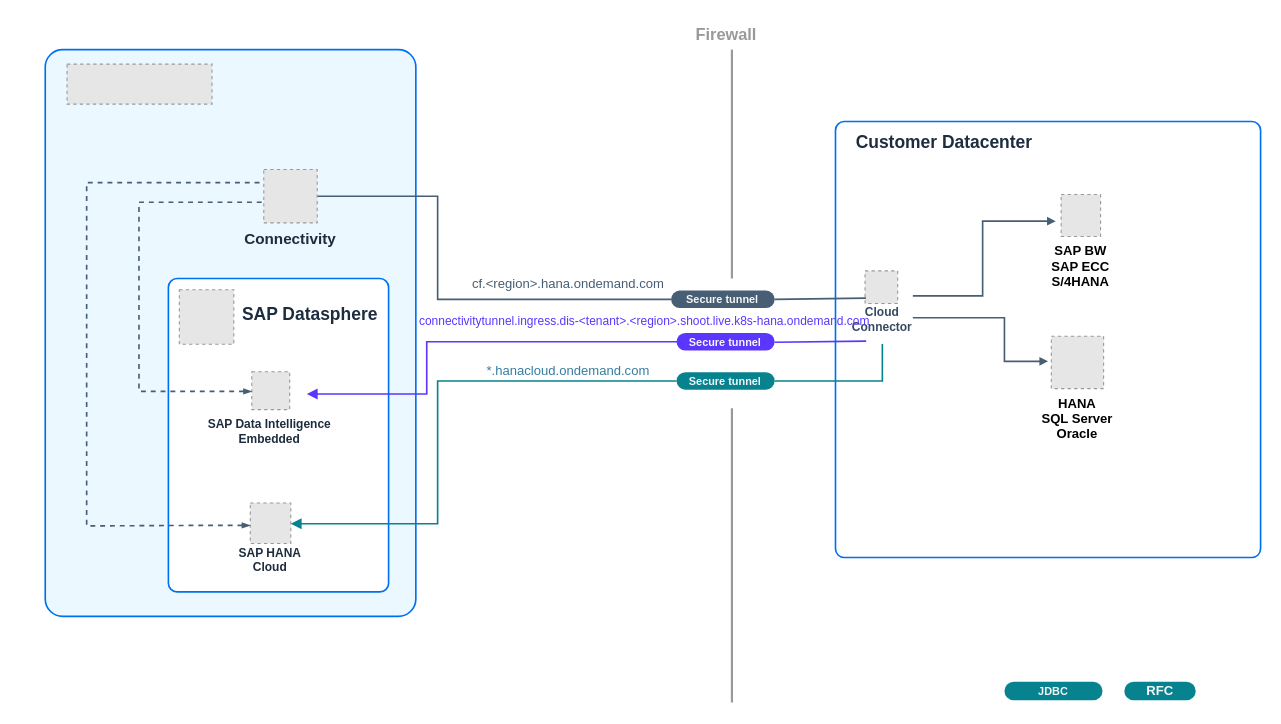
Earlier version of the draw.io diagram page "L3 CC" (6 of 9) of SAP_Datasphere_DP_Agent.drawio (ihenry/draw-io). Source tidied: cells renumbered, new cells numbered last; positions are measured from the earlier drawing's top-left corner, leaving out a move shared by most shapes. Both pictures are drawn from the tidied source at 109%, with x=0, y=0 at pixel (45, 17). Pictures stored in the file or linked from it are replaced by grey dashed boxes.
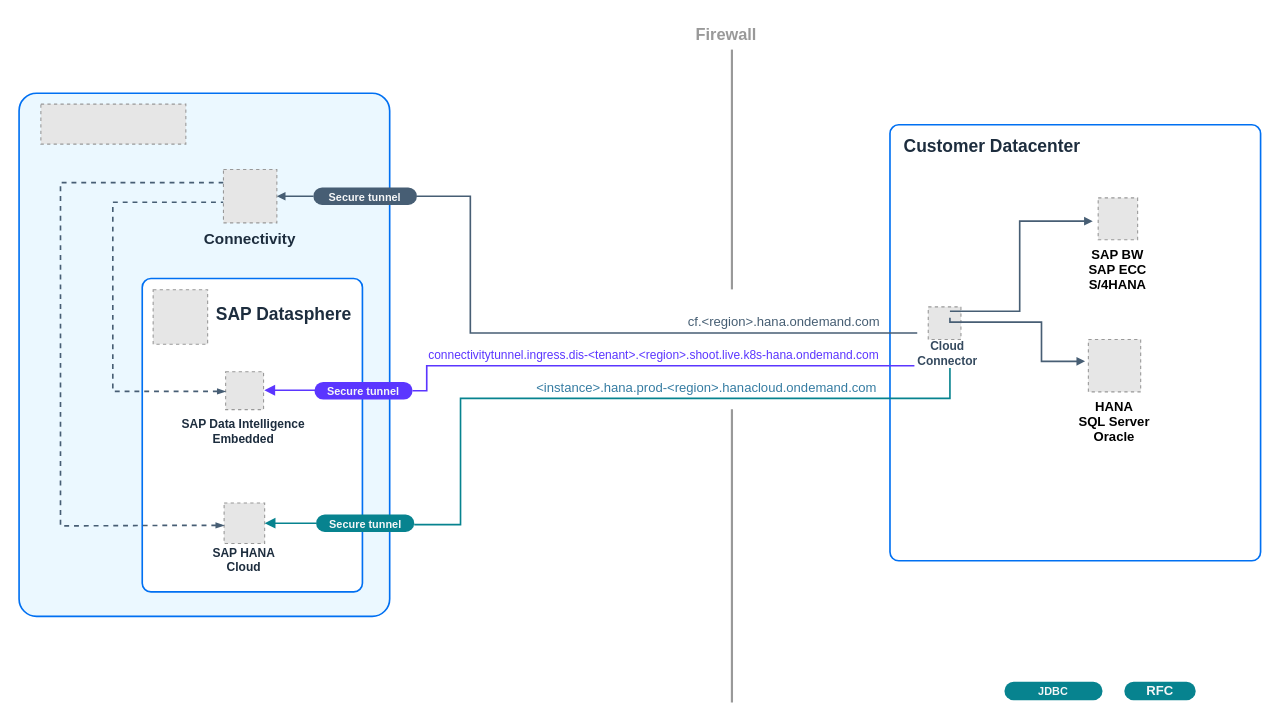
The same page after the edit.

The change refers to these unchanged cells:
```xml
<mxCell id="12" style="group;" parent="11" vertex="1">
  <mxGeometry width="223.9" height="170.4" as="geometry" />
</mxCell>
<mxCell id="16" style="fillColor=#E6E6E6;strokeColor=#999999;dashed=1;verticalLabelPosition=bottom;verticalAlign=top;" parent="15" vertex="1">
  <mxGeometry x="23.1" width="37.2" height="37.2" as="geometry" />
</mxCell>
<mxCell id="43" style="fillColor=#E6E6E6;strokeColor=#999999;dashed=1;verticalLabelPosition=bottom;verticalAlign=top;" parent="42" vertex="1">
  <mxGeometry x="30.5" width="49" height="49" as="geometry" />
</mxCell>
```

Diff of the diagram source:
```diff
@@
     <mxCell id="2" style="rounded=1;whiteSpace=wrap;html=1;strokeColor=#0070F2;fillColor=#EBF8FF;arcSize=32;absoluteArcSize=1;imageWidth=64;imageHeight=64;strokeWidth=1.5;" parent="1" vertex="1">
-      <mxGeometry y="29" width="340" height="520" as="geometry" />
+      <mxGeometry x="-24" y="69" width="340" height="480" as="geometry" />
     </mxCell>
     <mxCell id="3" style="fillColor=#E6E6E6;strokeColor=#999999;dashed=1;verticalLabelPosition=bottom;labelBackgroundColor=default;verticalAlign=top;" parent="1" vertex="1">
-      <mxGeometry x="20" y="42.3" width="133" height="36.7" as="geometry" />
+      <mxGeometry x="-4" y="79" width="133" height="36.7" as="geometry" />
     </mxCell>
@@
     <mxCell id="5" style="endArrow=none;html=1;rounded=0;strokeWidth=2;strokeColor=#999999;" parent="1" edge="1">
       <mxGeometry relative="1" as="geometry">
-        <mxPoint x="630" y="239" as="sourcePoint" />
+        <mxPoint x="630" y="249" as="sourcePoint" />
         <mxPoint x="630" y="29" as="targetPoint" />
       </mxGeometry>
     </mxCell>
     <mxCell id="6" style="endArrow=none;html=1;rounded=0;strokeWidth=2;strokeColor=#999999;" parent="1" edge="1">
       <mxGeometry relative="1" as="geometry">
         <mxPoint x="630" y="628" as="sourcePoint" />
-        <mxPoint x="630" y="358" as="targetPoint" />
+        <mxPoint x="630" y="359" as="targetPoint" />
       </mxGeometry>
     </mxCell>
@@
-    <mxCell id="8" style="rounded=0;jettySize=auto;html=1;endArrow=none;endFill=0;strokeColor=#475e74;endSize=4;startSize=4;strokeWidth=1.5;entryX=0;entryY=0.5;entryDx=0;entryDy=0;startArrow=none;startFill=0;edgeStyle=orthogonalEdgeStyle;" parent="1" edge="1" source="43" target="21">
-      <mxGeometry relative="1" as="geometry">
-        <Array as="points">
-          <mxPoint x="360" y="164" />
-          <mxPoint x="360" y="258" />
-        </Array>
-      </mxGeometry>
-    </mxCell>
     <mxCell id="9" style="group;" parent="1" vertex="1">
-      <mxGeometry x="25" y="239" width="260" height="347" as="geometry" />
+      <mxGeometry x="1" y="239" width="260" height="347" as="geometry" />
     </mxCell>
@@
+    <mxCell id="48" style="edgeStyle=orthogonalEdgeStyle;rounded=0;orthogonalLoop=1;jettySize=auto;html=1;endArrow=block;endFill=1;strokeColor=#5B36FF;strokeWidth=1.5;startArrow=none;startFill=0;" parent="12" edge="1">
+      <mxGeometry relative="1" as="geometry">
+        <mxPoint x="178" y="102.5" as="sourcePoint" />
+        <mxPoint x="130" y="102.5" as="targetPoint" />
+      </mxGeometry>
+    </mxCell>
@@
-    <mxCell id="20" value="&lt;b style=&quot;color: rgb(245, 246, 247); font-size: x-small;&quot;&gt;Secure tunnel&lt;/b&gt;" style="rounded=1;whiteSpace=wrap;html=1;arcSize=50;strokeColor=none;fillColor=#07838f;strokeWidth=1.5;" parent="1" vertex="1">
-      <mxGeometry x="579.2" y="325" width="90" height="16" as="geometry" />
-    </mxCell>
-    <mxCell id="21" value="&lt;font size=&quot;1&quot; color=&quot;#f5f6f7&quot;&gt;&lt;b&gt;Secure tunnel&lt;/b&gt;&lt;/font&gt;" style="rounded=1;whiteSpace=wrap;html=1;arcSize=50;strokeColor=none;fillColor=#475E74;" parent="1" vertex="1">
-      <mxGeometry x="574.2" y="250.1" width="95" height="16" as="geometry" />
-    </mxCell>
     <mxCell id="22" style="group;fontStyle=1;" parent="1" vertex="1">
-      <mxGeometry x="705" y="145" width="410" height="350" as="geometry" />
+      <mxGeometry x="705" y="148" width="410" height="350" as="geometry" />
     </mxCell>
     <mxCell id="23" style="rounded=1;whiteSpace=wrap;html=1;strokeColor=#0070F2;strokeWidth=1.5;arcSize=16;fillColor=#FFFFFF;perimeterSpacing=0;absoluteArcSize=1;" parent="22" vertex="1">
-      <mxGeometry x="20" y="-50" width="390" height="400" as="geometry" />
+      <mxGeometry x="70" y="-50" width="340" height="400" as="geometry" />
     </mxCell>
     <mxCell id="24" style="group;" parent="22" vertex="1">
-      <mxGeometry x="16.4" y="87" width="93.6" height="93" as="geometry" />
+      <mxGeometry x="74.4" y="117" width="93.6" height="93" as="geometry" />
     </mxCell>
+    <mxCell id="26" value="&lt;span style=&quot;font-family: Helvetica; font-style: normal; font-variant-ligatures: normal; font-variant-caps: normal; font-weight: 700; letter-spacing: normal; orphans: 2; text-indent: 0px; text-transform: none; widows: 2; word-spacing: 0px; -webkit-text-stroke-width: 0px; text-decoration-thickness: initial; text-decoration-style: initial; text-decoration-color: initial; float: none; display: inline !important;&quot;&gt;&lt;font style=&quot;font-size: 11px;&quot; color=&quot;#354a5f&quot;&gt;Cloud &lt;br&gt;Connector&lt;/font&gt;&lt;/span&gt;" style="text;whiteSpace=wrap;html=1;align=center;" parent="24" vertex="1">
+      <mxGeometry x="18" y="21.8" width="62" height="33.4" as="geometry" />
+    </mxCell>
@@
-    <mxCell id="26" value="&lt;span style=&quot;font-family: Helvetica; font-style: normal; font-variant-ligatures: normal; font-variant-caps: normal; font-weight: 700; letter-spacing: normal; orphans: 2; text-indent: 0px; text-transform: none; widows: 2; word-spacing: 0px; -webkit-text-stroke-width: 0px; text-decoration-thickness: initial; text-decoration-style: initial; text-decoration-color: initial; float: none; display: inline !important;&quot;&gt;&lt;font style=&quot;font-size: 11px;&quot; color=&quot;#354a5f&quot;&gt;Cloud &lt;br&gt;Connector&lt;/font&gt;&lt;/span&gt;" style="text;whiteSpace=wrap;html=1;align=center;" parent="24" vertex="1">
-      <mxGeometry y="23.8" width="93.6" height="33.4" as="geometry" />
-    </mxCell>
     <mxCell id="27" value="HANA&#10;SQL Server&#10;Oracle" style="fillColor=#E6E6E6;strokeColor=#999999;dashed=1;verticalLabelPosition=bottom;verticalAlign=top;fontStyle=1;" parent="22" vertex="1">
-      <mxGeometry x="218" y="147" width="48" height="48" as="geometry" />
+      <mxGeometry x="252" y="147" width="48" height="48" as="geometry" />
     </mxCell>
     <mxCell id="28" value="SAP BW&#10;SAP ECC&#10;S/4HANA" style="fillColor=#E6E6E6;strokeColor=#999999;dashed=1;verticalLabelPosition=bottom;labelBackgroundColor=default;verticalAlign=top;fontStyle=1;" parent="22" vertex="1">
-      <mxGeometry x="227" y="17" width="36.2" height="38.4" as="geometry" />
+      <mxGeometry x="261" y="17" width="36.2" height="38.4" as="geometry" />
     </mxCell>
     <mxCell id="29" value="&lt;font face=&quot;arial&quot;&gt;&lt;span style=&quot;font-size: 16px;&quot;&gt;&lt;b&gt;Customer Datacenter&lt;/b&gt;&lt;/span&gt;&lt;/font&gt;" style="text;html=1;align=left;verticalAlign=middle;strokeColor=none;fillColor=none;fontSize=12;fontColor=#1d2d3e;fontFamily=Helvetica;" parent="22" vertex="1">
-      <mxGeometry x="37" y="-46" width="190" height="30" as="geometry" />
+      <mxGeometry x="81" y="-46" width="190" height="30" as="geometry" />
     </mxCell>
+    <mxCell id="31" style="rounded=0;orthogonalLoop=1;jettySize=auto;html=1;endArrow=block;endFill=1;strokeColor=#475e74;endSize=4;startSize=4;strokeWidth=1.5;startArrow=none;startFill=0;edgeStyle=orthogonalEdgeStyle;" parent="1" edge="1">
+      <mxGeometry relative="1" as="geometry">
+        <mxPoint x="830" y="275" as="sourcePoint" />
+        <mxPoint x="954" y="315" as="targetPoint" />
+        <Array as="points">
+          <mxPoint x="830" y="279" />
+          <mxPoint x="914" y="279" />
+          <mxPoint x="914" y="315" />
+        </Array>
+      </mxGeometry>
+    </mxCell>
     <mxCell id="30" style="rounded=0;orthogonalLoop=1;jettySize=auto;html=1;endArrow=block;endFill=1;strokeColor=#475e74;endSize=4;startSize=4;strokeWidth=1.5;startArrow=none;startFill=0;edgeStyle=orthogonalEdgeStyle;entryX=0;entryY=1;entryDx=0;entryDy=0;" parent="1" edge="1">
       <mxGeometry relative="1" as="geometry">
-        <mxPoint x="796" y="255" as="sourcePoint" />
-        <mxPoint x="927" y="186.4" as="targetPoint" />
+        <mxPoint x="830" y="269" as="sourcePoint" />
+        <mxPoint x="961" y="186.4" as="targetPoint" />
         <Array as="points">
-          <mxPoint x="796" y="255" />
-          <mxPoint x="860" y="255" />
-          <mxPoint x="860" y="186" />
+          <mxPoint x="894" y="269" />
+          <mxPoint x="894" y="186" />
         </Array>
       </mxGeometry>
     </mxCell>
-    <mxCell id="31" style="rounded=0;orthogonalLoop=1;jettySize=auto;html=1;endArrow=block;endFill=1;strokeColor=#475e74;endSize=4;startSize=4;strokeWidth=1.5;startArrow=none;startFill=0;edgeStyle=orthogonalEdgeStyle;" parent="1" edge="1">
-      <mxGeometry relative="1" as="geometry">
-        <mxPoint x="796" y="275" as="sourcePoint" />
-        <mxPoint x="920" y="315" as="targetPoint" />
-        <Array as="points">
-          <mxPoint x="880" y="275" />
-          <mxPoint x="880" y="315" />
-        </Array>
-      </mxGeometry>
-    </mxCell>
-    <mxCell id="32" style="rounded=0;jettySize=auto;html=1;endArrow=none;endFill=0;strokeColor=#475e74;endSize=4;startSize=4;strokeWidth=1.5;startArrow=none;startFill=0;exitX=1;exitY=0.5;exitDx=0;exitDy=0;entryX=0.337;entryY=0.035;entryDx=0;entryDy=0;entryPerimeter=0;" parent="1" edge="1" source="21" target="26">
-      <mxGeometry relative="1" as="geometry" />
-    </mxCell>
@@
-    <mxCell id="35" style="edgeStyle=orthogonalEdgeStyle;rounded=0;jettySize=auto;html=1;endArrow=none;endFill=0;strokeColor=#07838f;strokeWidth=1.5;startArrow=none;startFill=0;startSize=6;" parent="1" edge="1" source="20">
-      <mxGeometry relative="1" as="geometry">
-        <mxPoint x="768" y="299" as="targetPoint" />
-        <Array as="points">
-          <mxPoint x="768" y="333" />
-        </Array>
-      </mxGeometry>
-    </mxCell>
-    <mxCell id="36" style="edgeStyle=orthogonalEdgeStyle;rounded=0;orthogonalLoop=1;jettySize=auto;html=1;endArrow=block;endFill=1;strokeColor=#5B36FF;strokeWidth=1.5;startArrow=none;startFill=0;" parent="1" edge="1">
-      <mxGeometry relative="1" as="geometry">
-        <mxPoint x="580" y="297" as="sourcePoint" />
-        <mxPoint x="240" y="345" as="targetPoint" />
-        <Array as="points">
-          <mxPoint x="350" y="297" />
-          <mxPoint x="350" y="345" />
-        </Array>
-      </mxGeometry>
-    </mxCell>
-    <mxCell id="37" value="&lt;b style=&quot;color: rgb(245, 246, 247); font-size: x-small;&quot;&gt;Secure tunnel&lt;/b&gt;" style="rounded=1;whiteSpace=wrap;html=1;arcSize=50;strokeColor=none;fillColor=#5B36FF;strokeWidth=1.5;" parent="1" vertex="1">
-      <mxGeometry x="579.2" y="289" width="90" height="16" as="geometry" />
-    </mxCell>
-    <mxCell id="38" style="rounded=0;orthogonalLoop=1;jettySize=auto;html=1;endArrow=none;endFill=0;strokeColor=#5b36ff;endSize=4;startSize=4;strokeWidth=1.5;startArrow=none;startFill=0;exitX=1;exitY=0.5;exitDx=0;exitDy=0;entryX=0.337;entryY=0.035;entryDx=0;entryDy=0;entryPerimeter=0;" parent="1" edge="1">
-      <mxGeometry relative="1" as="geometry">
-        <mxPoint x="669.2" y="297.5" as="sourcePoint" />
-        <mxPoint x="753.2" y="296.5" as="targetPoint" />
-      </mxGeometry>
-    </mxCell>
     <mxCell id="39" style="rounded=0;jettySize=auto;html=1;endArrow=none;endFill=0;strokeColor=#475e74;endSize=4;startSize=4;strokeWidth=1.5;startArrow=blockThin;startFill=1;edgeStyle=orthogonalEdgeStyle;dashed=1;exitX=0;exitY=0.75;exitDx=0;exitDy=0;exitPerimeter=0;" parent="1" edge="1" target="43">
       <mxGeometry relative="1" as="geometry">
-        <mxPoint x="189.5" y="342.6" as="sourcePoint" />
+        <mxPoint x="165.5" y="342.6" as="sourcePoint" />
         <Array as="points">
-          <mxPoint x="86" y="343" />
-          <mxPoint x="86" y="169" />
+          <mxPoint x="62" y="343" />
+          <mxPoint x="62" y="169" />
         </Array>
       </mxGeometry>
     </mxCell>
     <mxCell id="40" style="rounded=0;orthogonalLoop=1;jettySize=auto;html=1;endArrow=none;endFill=0;strokeColor=#475e74;endSize=4;startSize=4;strokeWidth=1.5;startArrow=blockThin;startFill=1;edgeStyle=orthogonalEdgeStyle;dashed=1;entryX=0.398;entryY=0.204;entryDx=0;entryDy=0;entryPerimeter=0;exitX=0;exitY=0.5;exitDx=0;exitDy=0;exitPerimeter=0;" parent="1" edge="1">
       <mxGeometry relative="1" as="geometry">
-        <mxPoint x="188.1" y="465.5" as="sourcePoint" />
-        <mxPoint x="220" y="151" as="targetPoint" />
+        <mxPoint x="164.1" y="465.5" as="sourcePoint" />
+        <mxPoint x="196" y="151" as="targetPoint" />
         <Array as="points">
-          <mxPoint x="142" y="466" />
-          <mxPoint x="38" y="466" />
-          <mxPoint x="38" y="151" />
+          <mxPoint x="118" y="466" />
+          <mxPoint x="14" y="466" />
+          <mxPoint x="14" y="151" />
         </Array>
       </mxGeometry>
     </mxCell>
-    <mxCell id="41" value="&lt;p&gt;&lt;br&gt;&lt;/p&gt;&lt;font style=&quot;font-size: 11px;&quot; color=&quot;#5b36ff&quot;&gt;&lt;span lang=&quot;EN-US&quot;&gt;&lt;span class=&quot;outlook-search-highlight&quot;&gt;&lt;span class=&quot;outlook-search-highlight&quot;&gt;connectivity&lt;/span&gt;&lt;/span&gt;tunnel.ingress.dis-&amp;lt;tenant&amp;gt;.&amp;lt;region&amp;gt;.shoot.live.k8s-hana.ondemand.com&lt;/span&gt;&lt;span lang=&quot;EN-US&quot;&gt;&lt;/span&gt;&lt;/font&gt;&lt;br&gt;&lt;font style=&quot;font-size: 11px;&quot;&gt;&lt;font style=&quot;font-size: 11px;&quot;&gt;&lt;br class=&quot;Apple-interchange-newline&quot;&gt;&lt;/font&gt;&lt;br&gt;&lt;/font&gt;" style="text;html=1;align=center;verticalAlign=middle;whiteSpace=wrap;rounded=0;" parent="1" vertex="1">
-      <mxGeometry x="335" y="258" width="430" height="30" as="geometry" />
+    <mxCell id="41" value="&lt;p&gt;&lt;font style=&quot;font-size: 11px;&quot; color=&quot;#5b36ff&quot;&gt;&lt;span lang=&quot;EN-US&quot;&gt;&lt;span class=&quot;outlook-search-highlight&quot;&gt;&lt;span class=&quot;outlook-search-highlight&quot;&gt;connectivity&lt;/span&gt;&lt;/span&gt;tunnel.ingress.dis-&amp;lt;tenant&amp;gt;.&amp;lt;region&amp;gt;.shoot.live.k8s-hana.ondemand.com&lt;/span&gt;&lt;span lang=&quot;EN-US&quot;&gt;&lt;/span&gt;&lt;/font&gt;&lt;br&gt;&lt;/p&gt;" style="text;html=1;align=center;verticalAlign=middle;whiteSpace=wrap;rounded=0;" parent="1" vertex="1">
+      <mxGeometry x="341.9" y="305.5" width="433" height="7" as="geometry" />
     </mxCell>
     <mxCell id="42" style="group;" parent="1" vertex="1">
-      <mxGeometry x="170" y="139" width="110" height="95" as="geometry" />
+      <mxGeometry x="133" y="139" width="110" height="95" as="geometry" />
     </mxCell>
@@
     <mxCell id="45" style="edgeStyle=orthogonalEdgeStyle;rounded=0;jettySize=auto;html=1;endArrow=block;endFill=1;strokeColor=#07838f;strokeWidth=1.5;startArrow=none;startFill=0;" parent="1" edge="1" source="20" target="16">
-      <mxGeometry relative="1" as="geometry">
-        <Array as="points">
-          <mxPoint x="360" y="333" />
-          <mxPoint x="360" y="464" />
-        </Array>
-      </mxGeometry>
+      <mxGeometry relative="1" as="geometry" />
     </mxCell>
-    <mxCell id="46" value="&lt;font color=&quot;#357ca2&quot;&gt;&lt;span class=&quot;ph&quot;&gt;*.hanacloud.ondemand.com&lt;/span&gt;&lt;/font&gt;&lt;font style=&quot;font-size: 11px;&quot;&gt;&lt;br&gt;&lt;/font&gt;" style="text;html=1;align=center;verticalAlign=middle;whiteSpace=wrap;rounded=0;" parent="1" vertex="1">
-      <mxGeometry x="360" y="314" width="240" height="20" as="geometry" />
+    <mxCell id="46" value="&lt;p&gt;&lt;font color=&quot;#357ca2&quot;&gt;&amp;lt;instance&amp;gt;&lt;span class=&quot;ph&quot;&gt;.hana.prod-&amp;lt;region&amp;gt;.hanacloud.ondemand.com&lt;/span&gt;&lt;/font&gt;&lt;br&gt;&lt;/p&gt;" style="text;html=1;align=center;verticalAlign=middle;whiteSpace=wrap;rounded=0;" parent="1" vertex="1">
+      <mxGeometry x="437" y="330" width="340" height="20" as="geometry" />
     </mxCell>
-    <mxCell id="47" value="&lt;font color=&quot;#465e73&quot;&gt;cf.&lt;span class=&quot;ph&quot;&gt;&amp;lt;region&amp;gt;.hana.ondemand.com&lt;/span&gt;&lt;font style=&quot;font-size: 11px;&quot;&gt;&lt;br&gt;&lt;/font&gt;&lt;/font&gt;" style="text;html=1;align=center;verticalAlign=middle;whiteSpace=wrap;rounded=0;" parent="1" vertex="1">
-      <mxGeometry x="360" y="234" width="240" height="20" as="geometry" />
+    <mxCell id="47" value="&lt;p&gt;&lt;font color=&quot;#465e73&quot;&gt;cf.&lt;span class=&quot;ph&quot;&gt;&amp;lt;region&amp;gt;.hana.ondemand.com&lt;/span&gt;&lt;/font&gt;&lt;br&gt;&lt;/p&gt;" style="text;html=1;align=center;verticalAlign=middle;whiteSpace=wrap;rounded=0;" parent="1" vertex="1">
+      <mxGeometry x="568.4" y="269" width="219.6" height="20" as="geometry" />
     </mxCell>
+    <mxCell id="49" style="rounded=0;jettySize=auto;html=1;endArrow=block;endFill=1;strokeColor=#475e74;endSize=4;startSize=4;strokeWidth=1.5;startArrow=none;startFill=0;edgeStyle=orthogonalEdgeStyle;exitX=0;exitY=0.5;exitDx=0;exitDy=0;" parent="1" edge="1" source="21" target="43">
+      <mxGeometry relative="1" as="geometry" />
+    </mxCell>
+    <mxCell id="21" value="&lt;font size=&quot;1&quot; color=&quot;#f5f6f7&quot;&gt;&lt;b&gt;Secure tunnel&lt;/b&gt;&lt;/font&gt;" style="rounded=1;whiteSpace=wrap;html=1;arcSize=50;strokeColor=none;fillColor=#475E74;" parent="1" vertex="1">
+      <mxGeometry x="246" y="155.5" width="95" height="16" as="geometry" />
+    </mxCell>
+    <mxCell id="8" style="rounded=0;jettySize=auto;html=1;endArrow=none;endFill=0;strokeColor=#475e74;endSize=4;startSize=4;strokeWidth=1.5;startArrow=none;startFill=0;edgeStyle=orthogonalEdgeStyle;" parent="1" edge="1" source="21">
+      <mxGeometry relative="1" as="geometry">
+        <mxPoint x="800" y="289" as="targetPoint" />
+        <Array as="points">
+          <mxPoint x="390" y="164" />
+          <mxPoint x="390" y="289" />
+        </Array>
+      </mxGeometry>
+    </mxCell>
+    <mxCell id="50" style="edgeStyle=orthogonalEdgeStyle;rounded=0;jettySize=auto;html=1;endArrow=none;endFill=0;strokeColor=#5B36FF;strokeWidth=1.5;startArrow=none;startFill=0;" parent="1" edge="1" source="26" target="37">
+      <mxGeometry relative="1" as="geometry">
+        <Array as="points">
+          <mxPoint x="350" y="319" />
+          <mxPoint x="350" y="342" />
+        </Array>
+      </mxGeometry>
+    </mxCell>
+    <mxCell id="37" value="&lt;b style=&quot;color: rgb(245, 246, 247); font-size: x-small;&quot;&gt;Secure tunnel&lt;/b&gt;" style="rounded=1;whiteSpace=wrap;html=1;arcSize=50;strokeColor=none;fillColor=#5B36FF;strokeWidth=1.5;" parent="1" vertex="1">
+      <mxGeometry x="247" y="334" width="90" height="16" as="geometry" />
+    </mxCell>
+    <mxCell id="51" style="edgeStyle=orthogonalEdgeStyle;rounded=0;orthogonalLoop=1;jettySize=auto;html=1;endArrow=none;endFill=0;strokeColor=#07838f;strokeWidth=1.5;startArrow=none;startFill=0;" parent="1" edge="1">
+      <mxGeometry relative="1" as="geometry">
+        <mxPoint x="830" y="321" as="sourcePoint" />
+        <mxPoint x="338.5" y="464.8" as="targetPoint" />
+        <Array as="points">
+          <mxPoint x="830" y="349" />
+          <mxPoint x="381" y="349" />
+          <mxPoint x="381" y="465" />
+        </Array>
+      </mxGeometry>
+    </mxCell>
+    <mxCell id="20" value="&lt;b style=&quot;color: rgb(245, 246, 247); font-size: x-small;&quot;&gt;Secure tunnel&lt;/b&gt;" style="rounded=1;whiteSpace=wrap;html=1;arcSize=50;strokeColor=none;fillColor=#07838f;strokeWidth=1.5;" parent="1" vertex="1">
+      <mxGeometry x="248.5" y="455.5" width="90" height="16" as="geometry" />
+    </mxCell>
```
